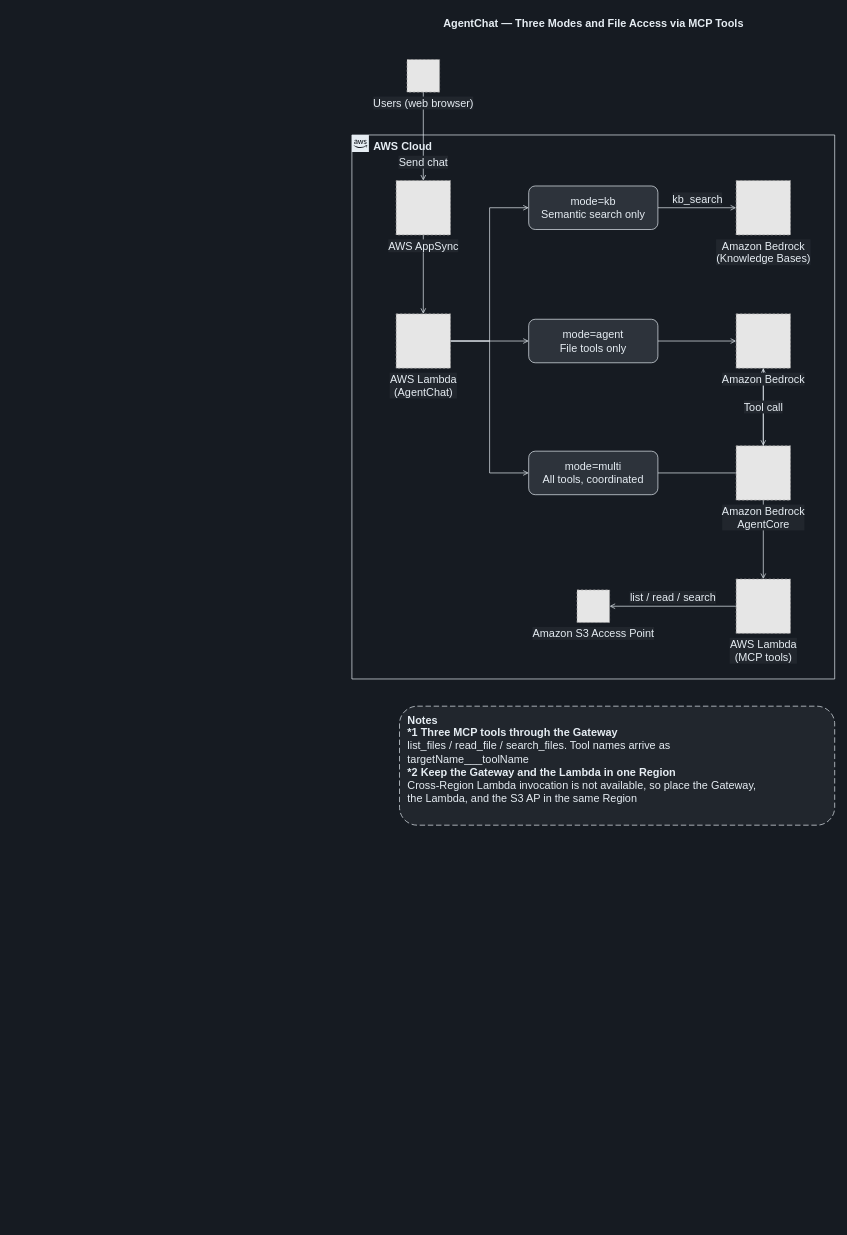
Above: docs/diagrams/dark/part3-agentchat-modes-en.drawio in Yoshiki0705/FSx-for-ONTAP-S3AccessPoints-Serverless-Patterns (draw.io), before the change. Source tidied: cells renumbered, new cells numbered last; positions are measured from the earlier drawing's top-left corner, leaving out a move shared by most shapes. Both pictures are drawn from the tidied source at 68%, with x=0, y=0 at pixel (352, 12). Pictures stored in the file or linked from it are replaced by grey dashed boxes.
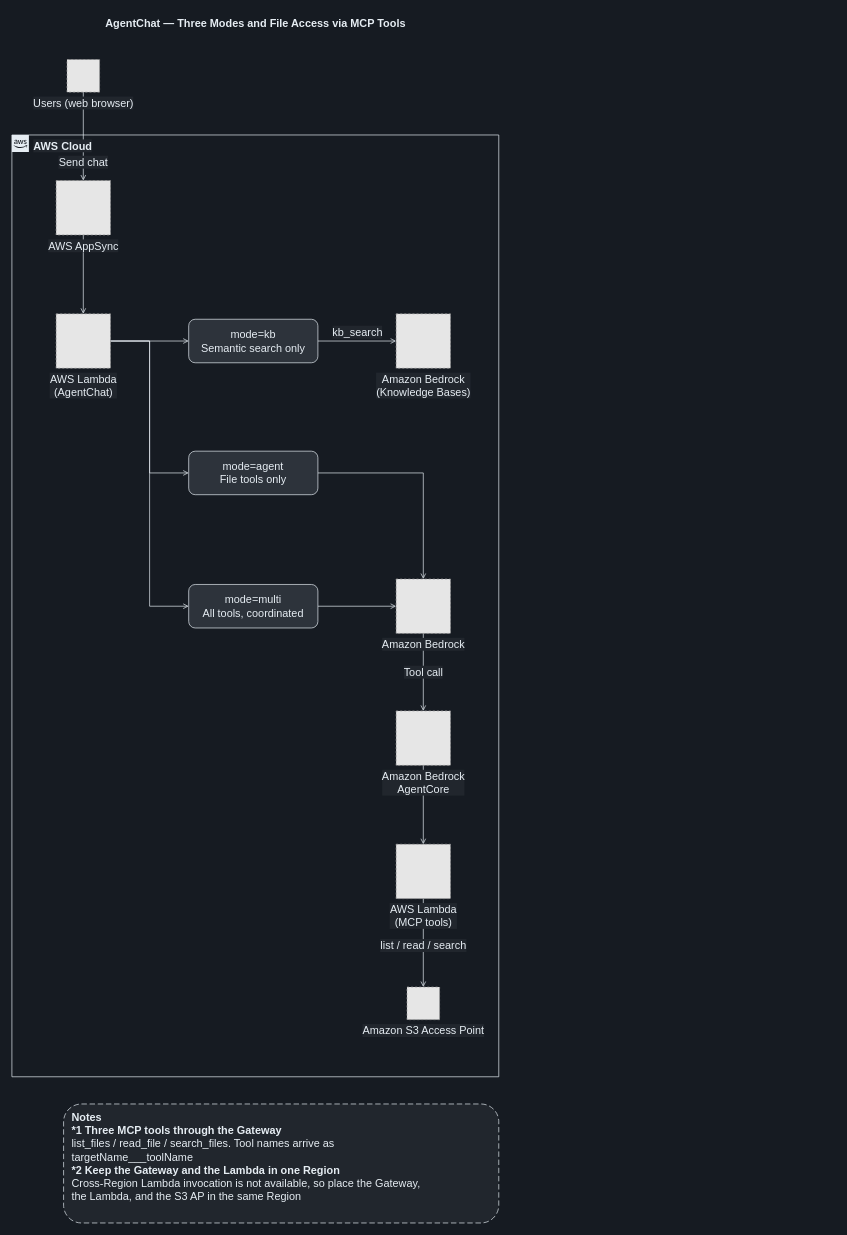
After the change.

Change to the diagram source:
```diff
@@
     <mxCell id="2" value="AgentChat — Three Modes and File Access via MCP Tools" style="text;html=1;align=center;verticalAlign=middle;fontSize=16;fontStyle=1;fontColor=#E6EDF3;" parent="1" vertex="1">
-      <mxGeometry width="710" height="34" as="geometry" />
+      <mxGeometry x="-500" width="716" height="34" as="geometry" />
     </mxCell>
-    <mxCell id="3" value="AWS Cloud" style="gradientColor=none;html=1;whiteSpace=wrap;fontSize=16;fontStyle=1;shape=mxgraph.aws4.group;grIcon=mxgraph.aws4.group_aws_cloud_alt;strokeColor=#E6EDF3;fillColor=none;verticalAlign=top;align=left;spacingLeft=30;fontColor=#E6EDF3;dashed=0;" parent="1" vertex="1">
-      <mxGeometry y="181" width="710" height="800" as="geometry" />
-    </mxCell>
@@
     <mxCell id="14" value="list / read / search" style="edgeStyle=orthogonalEdgeStyle;rounded=0;jettySize=auto;html=1;endArrow=open;endFill=0;strokeColor=#E6EDF3;strokeWidth=1;fontSize=16;fontColor=#E6EDF3;labelBackgroundColor=#21262D;" parent="1" edge="1" source="24" target="25">
       <mxGeometry relative="1" as="geometry">
-        <mxPoint y="-13" as="offset" />
+        <mxPoint y="4" as="offset" />
       </mxGeometry>
     </mxCell>
+    <mxCell id="3" value="AWS Cloud" style="gradientColor=none;html=1;whiteSpace=wrap;fontSize=16;fontStyle=1;shape=mxgraph.aws4.group;grIcon=mxgraph.aws4.group_aws_cloud_alt;strokeColor=#E6EDF3;fillColor=none;verticalAlign=top;align=left;spacingLeft=30;fontColor=#E6EDF3;dashed=0;labelBackgroundColor=#21262D;" parent="1" vertex="1">
+      <mxGeometry x="-500" y="181" width="716" height="1385" as="geometry" />
+    </mxCell>
     <mxCell id="15" value="Users (web browser)" style="fillColor=#E6E6E6;strokeColor=#999999;dashed=1;html=1;verticalLabelPosition=bottom;verticalAlign=top;labelPosition=center;align=center;fontSize=16;fontColor=#E6EDF3;labelBackgroundColor=#21262D;" parent="1" vertex="1">
-      <mxGeometry x="81" y="70" width="48" height="48" as="geometry" />
+      <mxGeometry x="-419" y="70" width="48" height="48" as="geometry" />
     </mxCell>
     <mxCell id="16" value="AWS AppSync" style="fillColor=#E6E6E6;strokeColor=#999999;dashed=1;html=1;verticalLabelPosition=bottom;verticalAlign=top;labelPosition=center;align=center;fontSize=16;fontColor=#E6EDF3;labelBackgroundColor=#21262D;" parent="1" vertex="1">
-      <mxGeometry x="65" y="248" width="80" height="80" as="geometry" />
+      <mxGeometry x="-435" y="248" width="80" height="80" as="geometry" />
     </mxCell>
     <mxCell id="17" value="AWS Lambda&lt;br&gt;(AgentChat)" style="fillColor=#E6E6E6;strokeColor=#999999;dashed=1;html=1;verticalLabelPosition=bottom;verticalAlign=top;labelPosition=center;align=center;fontSize=16;fontColor=#E6EDF3;labelBackgroundColor=#21262D;" parent="1" vertex="1">
-      <mxGeometry x="65" y="444" width="80" height="80" as="geometry" />
+      <mxGeometry x="-435" y="444" width="80" height="80" as="geometry" />
     </mxCell>
     <mxCell id="18" value="mode=kb&lt;br&gt;Semantic search only" style="rounded=1;whiteSpace=wrap;html=1;dashed=0;strokeColor=#E6EDF3;fillColor=#2D333B;align=center;verticalAlign=middle;fontSize=16;fontColor=#E6EDF3;" parent="1" vertex="1">
-      <mxGeometry x="260" y="256" width="190" height="64" as="geometry" />
+      <mxGeometry x="-240" y="452" width="190" height="64" as="geometry" />
     </mxCell>
     <mxCell id="19" value="mode=agent&lt;br&gt;File tools only" style="rounded=1;whiteSpace=wrap;html=1;dashed=0;strokeColor=#E6EDF3;fillColor=#2D333B;align=center;verticalAlign=middle;fontSize=16;fontColor=#E6EDF3;" parent="1" vertex="1">
-      <mxGeometry x="260" y="452" width="190" height="64" as="geometry" />
+      <mxGeometry x="-240" y="646" width="190" height="64" as="geometry" />
     </mxCell>
     <mxCell id="20" value="mode=multi&lt;br&gt;All tools, coordinated" style="rounded=1;whiteSpace=wrap;html=1;dashed=0;strokeColor=#E6EDF3;fillColor=#2D333B;align=center;verticalAlign=middle;fontSize=16;fontColor=#E6EDF3;" parent="1" vertex="1">
-      <mxGeometry x="260" y="646" width="190" height="64" as="geometry" />
+      <mxGeometry x="-240" y="842" width="190" height="64" as="geometry" />
     </mxCell>
     <mxCell id="21" value="Amazon Bedrock&lt;br&gt;(Knowledge Bases)" style="fillColor=#E6E6E6;strokeColor=#999999;dashed=1;html=1;verticalLabelPosition=bottom;verticalAlign=top;labelPosition=center;align=center;fontSize=16;fontColor=#E6EDF3;labelBackgroundColor=#21262D;" parent="1" vertex="1">
-      <mxGeometry x="565" y="248" width="80" height="80" as="geometry" />
+      <mxGeometry x="65" y="444" width="80" height="80" as="geometry" />
     </mxCell>
     <mxCell id="22" value="Amazon Bedrock" style="fillColor=#E6E6E6;strokeColor=#999999;dashed=1;html=1;verticalLabelPosition=bottom;verticalAlign=top;labelPosition=center;align=center;fontSize=16;fontColor=#E6EDF3;labelBackgroundColor=#21262D;" parent="1" vertex="1">
-      <mxGeometry x="565" y="444" width="80" height="80" as="geometry" />
+      <mxGeometry x="65" y="834" width="80" height="80" as="geometry" />
     </mxCell>
     <mxCell id="23" value="Amazon Bedrock&lt;br&gt;AgentCore" style="fillColor=#E6E6E6;strokeColor=#999999;dashed=1;html=1;verticalLabelPosition=bottom;verticalAlign=top;labelPosition=center;align=center;fontSize=16;fontColor=#E6EDF3;labelBackgroundColor=#21262D;" parent="1" vertex="1">
-      <mxGeometry x="565" y="638" width="80" height="80" as="geometry" />
+      <mxGeometry x="65" y="1028" width="80" height="80" as="geometry" />
     </mxCell>
     <mxCell id="24" value="AWS Lambda&lt;br&gt;(MCP tools)" style="fillColor=#E6E6E6;strokeColor=#999999;dashed=1;html=1;verticalLabelPosition=bottom;verticalAlign=top;labelPosition=center;align=center;fontSize=16;fontColor=#E6EDF3;labelBackgroundColor=#21262D;" parent="1" vertex="1">
-      <mxGeometry x="565" y="834" width="80" height="80" as="geometry" />
+      <mxGeometry x="65" y="1224" width="80" height="80" as="geometry" />
     </mxCell>
     <mxCell id="25" value="Amazon S3 Access Point" style="fillColor=#E6E6E6;strokeColor=#999999;dashed=1;html=1;verticalLabelPosition=bottom;verticalAlign=top;labelPosition=center;align=center;fontSize=16;fontColor=#E6EDF3;labelBackgroundColor=#21262D;" parent="1" vertex="1">
-      <mxGeometry x="331" y="850" width="48" height="48" as="geometry" />
+      <mxGeometry x="81" y="1434" width="48" height="48" as="geometry" />
     </mxCell>
     <mxCell id="26" value="&lt;b&gt;Notes&lt;/b&gt;&lt;br&gt;&lt;b&gt;*1 Three MCP tools through the Gateway&lt;/b&gt;&lt;br&gt;list_files / read_file / search_files. Tool names arrive as&lt;br&gt;targetName___toolName&lt;br&gt;&lt;b&gt;*2 Keep the Gateway and the Lambda in one Region&lt;/b&gt;&lt;br&gt;Cross-Region Lambda invocation is not available, so place the Gateway,&lt;br&gt;the Lambda, and the S3 AP in the same Region" style="rounded=1;whiteSpace=wrap;html=1;dashed=1;dashPattern=8 4;strokeColor=#E6EDF3;fillColor=#21262D;align=left;verticalAlign=top;spacingLeft=10;spacingTop=4;fontSize=16;fontColor=#E6EDF3;" parent="1" vertex="1">
-      <mxGeometry x="70" y="1021" width="640" height="175" as="geometry" />
+      <mxGeometry x="-424" y="1606" width="640" height="175" as="geometry" />
     </mxCell>
```
